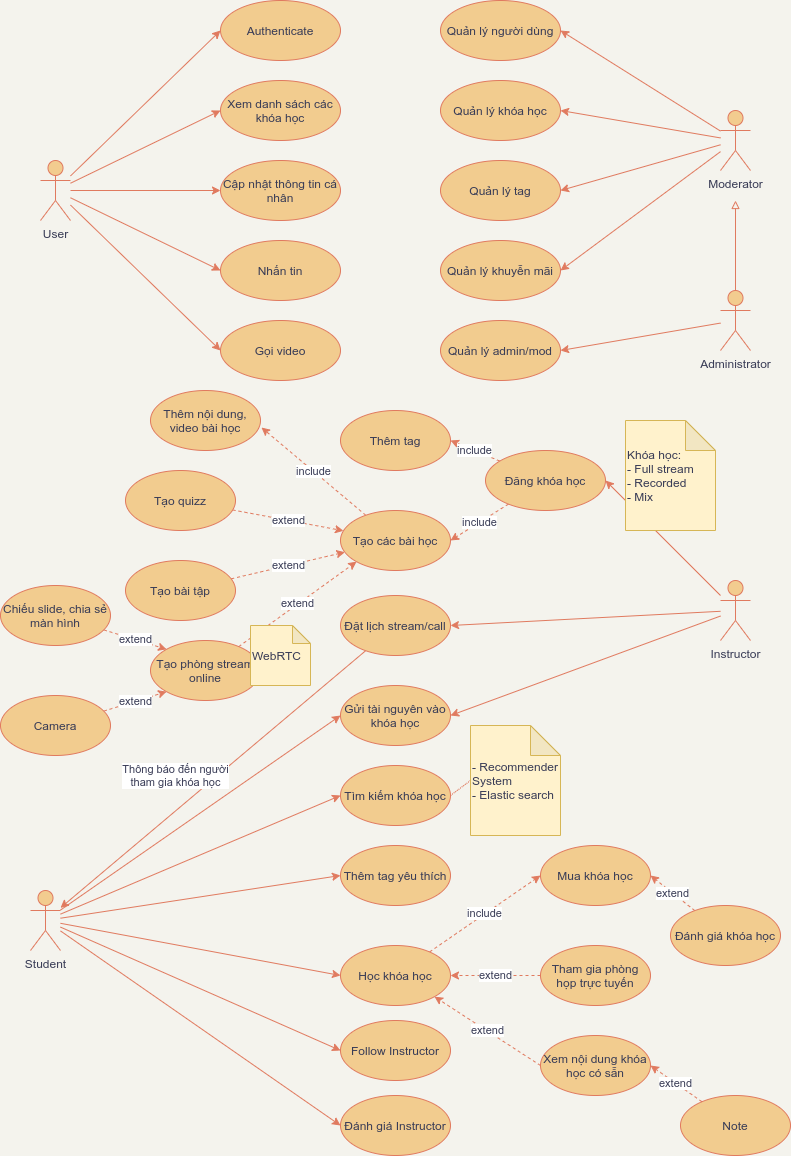
The draw.io diagram docs/graph/usecase.png in SownBanana/HUST-graduate-project, before a commit. Source tidied: cells renumbered, new cells last; positions are measured from the earlier drawing's top-left corner, leaving out a move shared by most shapes.
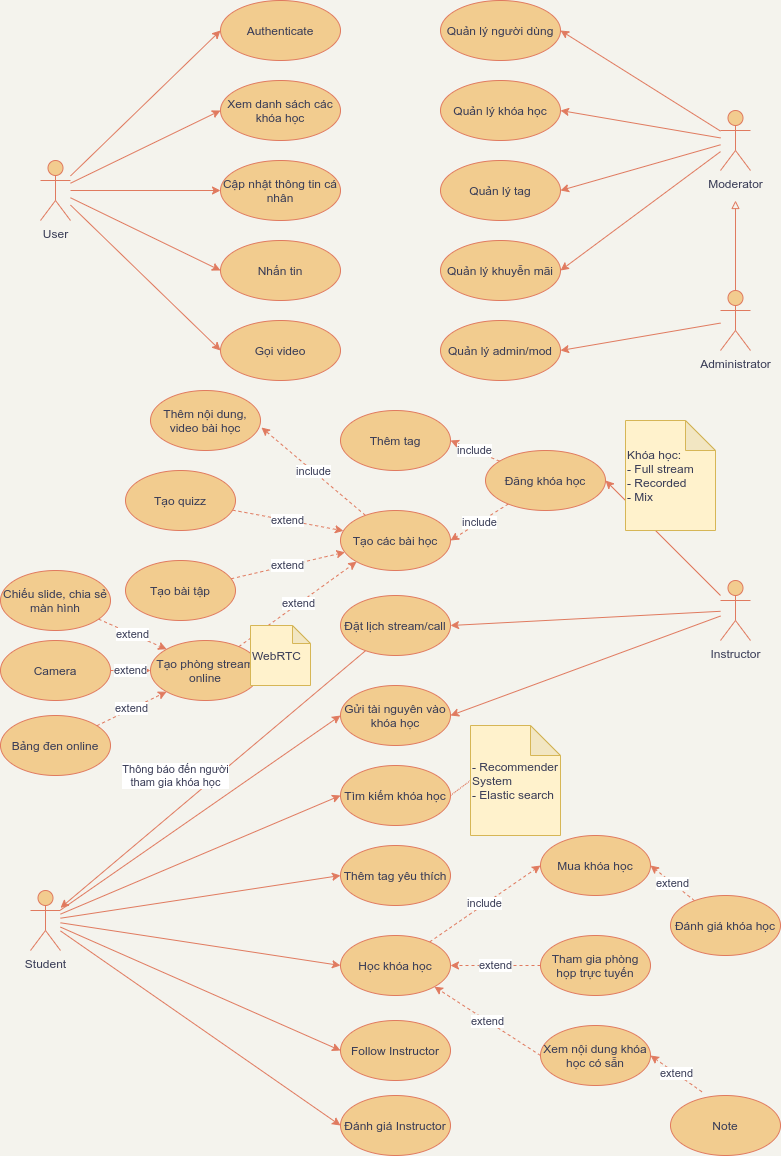
Later version of the same file.

Diff of the diagram source:
```diff
@@ -149,13 +149,13 @@
       <mxGeometry x="340" y="685" width="110" height="60" as="geometry" />
     </mxCell>
     <mxCell id="50" value="Mua khóa học" style="ellipse;whiteSpace=wrap;html=1;rounded=0;sketch=0;strokeColor=#E07A5F;fillColor=#F2CC8F;fontColor=#393C56;" parent="1" vertex="1">
-      <mxGeometry x="540" y="845" width="110" height="60" as="geometry" />
+      <mxGeometry x="540" y="835" width="110" height="60" as="geometry" />
     </mxCell>
     <mxCell id="51" value="extend" style="edgeStyle=none;rounded=1;sketch=0;jettySize=auto;html=1;entryX=1;entryY=0.5;entryDx=0;entryDy=0;strokeColor=#E07A5F;fillColor=#F2CC8F;fontColor=#393C56;dashed=1;" parent="1" edge="1" source="52" target="50">
       <mxGeometry relative="1" as="geometry" />
     </mxCell>
     <mxCell id="52" value="Đánh giá khóa học" style="ellipse;whiteSpace=wrap;html=1;rounded=0;sketch=0;strokeColor=#E07A5F;fillColor=#F2CC8F;fontColor=#393C56;" parent="1" vertex="1">
-      <mxGeometry x="670" y="905" width="110" height="60" as="geometry" />
+      <mxGeometry x="670" y="895" width="110" height="60" as="geometry" />
     </mxCell>
     <mxCell id="53" value="Đánh giá Instructor" style="ellipse;whiteSpace=wrap;html=1;rounded=0;sketch=0;strokeColor=#E07A5F;fillColor=#F2CC8F;fontColor=#393C56;" parent="1" vertex="1">
       <mxGeometry x="340" y="1095" width="110" height="60" as="geometry" />
@@ -170,7 +170,7 @@
       <mxGeometry relative="1" as="geometry" />
     </mxCell>
     <mxCell id="57" value="Học khóa học" style="ellipse;whiteSpace=wrap;html=1;rounded=0;sketch=0;strokeColor=#E07A5F;fillColor=#F2CC8F;fontColor=#393C56;" parent="1" vertex="1">
-      <mxGeometry x="340" y="945" width="110" height="60" as="geometry" />
+      <mxGeometry x="340" y="935" width="110" height="60" as="geometry" />
     </mxCell>
     <mxCell id="58" value="Khóa học:&lt;br&gt;- Full stream&lt;br&gt;- Recorded&lt;br&gt;- Mix" style="shape=note;whiteSpace=wrap;html=1;backgroundOutline=1;darkOpacity=0.05;rounded=0;sketch=0;strokeColor=#d6b656;fillColor=#fff2cc;align=left;fontColor=#393C56;" parent="1" vertex="1">
       <mxGeometry x="625" y="420" width="90" height="110" as="geometry" />
@@ -179,22 +179,24 @@
       <mxGeometry relative="1" as="geometry" />
     </mxCell>
     <mxCell id="60" value="Tham gia phòng họp trực tuyến" style="ellipse;whiteSpace=wrap;html=1;rounded=0;sketch=0;strokeColor=#E07A5F;fillColor=#F2CC8F;fontColor=#393C56;" parent="1" vertex="1">
-      <mxGeometry x="540" y="945" width="110" height="60" as="geometry" />
+      <mxGeometry x="540" y="935" width="110" height="60" as="geometry" />
     </mxCell>
     <mxCell id="61" value="Thêm tag" style="ellipse;whiteSpace=wrap;html=1;rounded=0;sketch=0;strokeColor=#E07A5F;fillColor=#F2CC8F;fontColor=#393C56;" parent="1" vertex="1">
       <mxGeometry x="340" y="410" width="110" height="60" as="geometry" />
     </mxCell>
     <mxCell id="62" value="Xem nội dung khóa học có sẵn" style="ellipse;whiteSpace=wrap;html=1;rounded=0;sketch=0;strokeColor=#E07A5F;fillColor=#F2CC8F;fontColor=#393C56;" parent="1" vertex="1">
-      <mxGeometry x="540" y="1035" width="110" height="60" as="geometry" />
+      <mxGeometry x="540" y="1025" width="110" height="60" as="geometry" />
     </mxCell>
     <mxCell id="63" value="extend" style="edgeStyle=none;rounded=1;sketch=0;jettySize=auto;html=1;entryX=1;entryY=1;entryDx=0;entryDy=0;dashed=1;strokeColor=#E07A5F;fillColor=#F2CC8F;fontColor=#393C56;exitX=0;exitY=0.5;exitDx=0;exitDy=0;" parent="1" edge="1" source="62" target="57">
       <mxGeometry relative="1" as="geometry" />
     </mxCell>
     <mxCell id="64" value="Note" style="ellipse;whiteSpace=wrap;html=1;rounded=0;sketch=0;strokeColor=#E07A5F;fillColor=#F2CC8F;fontColor=#393C56;" parent="1" vertex="1">
-      <mxGeometry x="680" y="1095" width="110" height="60" as="geometry" />
+      <mxGeometry x="670" y="1095" width="110" height="60" as="geometry" />
     </mxCell>
-    <mxCell id="65" value="extend" style="edgeStyle=none;rounded=1;sketch=0;jettySize=auto;html=1;entryX=1;entryY=0.5;entryDx=0;entryDy=0;dashed=1;strokeColor=#E07A5F;fillColor=#F2CC8F;fontColor=#393C56;" parent="1" edge="1" source="64" target="62">
-      <mxGeometry relative="1" as="geometry" />
+    <mxCell id="65" value="extend" style="edgeStyle=none;rounded=1;sketch=0;jettySize=auto;html=1;entryX=1;entryY=0.5;entryDx=0;entryDy=0;dashed=1;strokeColor=#E07A5F;fillColor=#F2CC8F;fontColor=#393C56;" parent="1" edge="1" target="62">
+      <mxGeometry relative="1" as="geometry">
+        <mxPoint x="701.4" y="1091.3" as="sourcePoint" />
+      </mxGeometry>
     </mxCell>
     <mxCell id="66" style="edgeStyle=none;rounded=0;jettySize=auto;html=1;exitX=1;exitY=0.5;exitDx=0;exitDy=0;entryX=0;entryY=0.5;entryDx=0;entryDy=0;entryPerimeter=0;strokeColor=#E07A5F;fontColor=#393C56;endArrow=none;endFill=0;dashed=1;dashPattern=1 1;" parent="1" edge="1" source="67" target="68">
       <mxGeometry relative="1" as="geometry" />
@@ -218,13 +220,19 @@
       <mxGeometry relative="1" as="geometry" />
     </mxCell>
     <mxCell id="73" value="Chiếu slide, chia sẻ màn hình" style="ellipse;whiteSpace=wrap;html=1;rounded=0;sketch=0;strokeColor=#E07A5F;fillColor=#F2CC8F;fontColor=#393C56;" parent="1" vertex="1">
-      <mxGeometry y="585" width="110" height="60" as="geometry" />
+      <mxGeometry y="570" width="110" height="60" as="geometry" />
     </mxCell>
-    <mxCell id="74" value="extend" style="rounded=0;jettySize=auto;html=1;entryX=0;entryY=1;entryDx=0;entryDy=0;dashed=1;strokeColor=#E07A5F;fontColor=#393C56;" parent="1" edge="1" source="75" target="46">
+    <mxCell id="74" value="extend" style="rounded=0;jettySize=auto;html=1;entryX=0;entryY=0.5;entryDx=0;entryDy=0;dashed=1;strokeColor=#E07A5F;fontColor=#393C56;" parent="1" edge="1" source="75" target="46">
       <mxGeometry relative="1" as="geometry" />
     </mxCell>
     <mxCell id="75" value="Camera" style="ellipse;whiteSpace=wrap;html=1;rounded=0;sketch=0;strokeColor=#E07A5F;fillColor=#F2CC8F;fontColor=#393C56;" parent="1" vertex="1">
-      <mxGeometry y="695" width="110" height="60" as="geometry" />
+      <mxGeometry y="640" width="110" height="60" as="geometry" />
     </mxCell>
+    <mxCell id="76" value="extend" style="rounded=0;jettySize=auto;html=1;dashed=1;strokeColor=#E07A5F;fontColor=#393C56;entryX=0;entryY=1;entryDx=0;entryDy=0;" parent="1" edge="1" source="77" target="46">
+      <mxGeometry relative="1" as="geometry" />
+    </mxCell>
+    <mxCell id="77" value="Bảng đen online" style="ellipse;whiteSpace=wrap;html=1;rounded=0;sketch=0;strokeColor=#E07A5F;fillColor=#F2CC8F;fontColor=#393C56;" parent="1" vertex="1">
+      <mxGeometry y="715" width="110" height="60" as="geometry" />
+    </mxCell>
   </root>
 </mxGraphModel>
```
